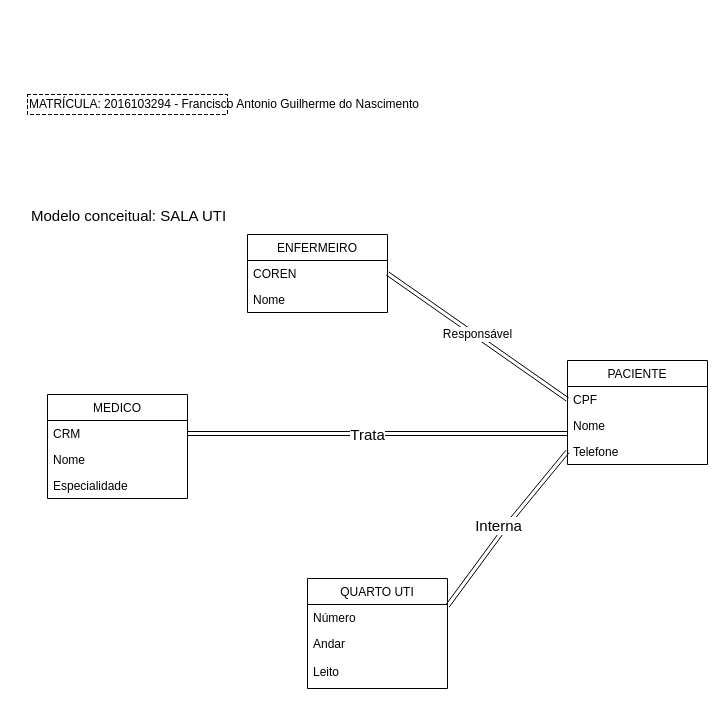
This is page "Page-1" (1 of 6) of Untitled Diagram.drawio from FranciscoAntonioGuilherme/inicioReact, a draw.io file, before an edit. Source tidied: cells renumbered, new cells numbered last; positions are measured from the earlier drawing's top-left corner, leaving out a move shared by most shapes. Both pictures are drawn from the tidied source at 100%, with x=0, y=0 at pixel (27, 94).
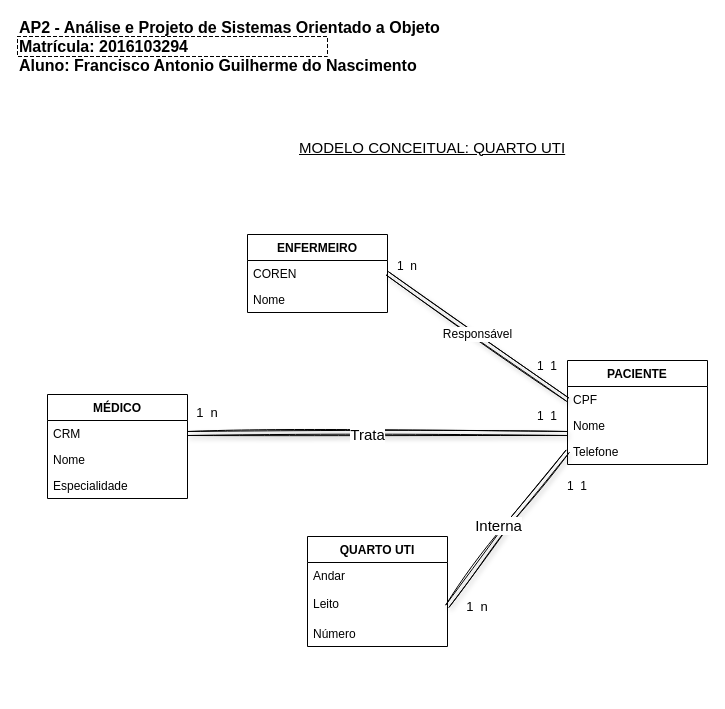
The same diagram, later.

The change refers to these unchanged cells:
```xml
<mxCell id="3" value="COREN" style="text;strokeColor=none;fillColor=none;align=left;verticalAlign=top;spacingLeft=4;spacingRight=4;overflow=hidden;points=[[0,0.5],[1,0.5]];portConstraint=eastwest;" parent="2" vertex="1">
  <mxGeometry y="26" width="140" height="26" as="geometry" />
</mxCell>
<mxCell id="6" value="CRM" style="text;strokeColor=none;fillColor=none;align=left;verticalAlign=top;spacingLeft=4;spacingRight=4;overflow=hidden;points=[[0,0.5],[1,0.5]];portConstraint=eastwest;" parent="5" vertex="1">
  <mxGeometry y="26" width="140" height="26" as="geometry" />
</mxCell>
<mxCell id="10" value="CPF" style="text;strokeColor=none;fillColor=none;align=left;verticalAlign=top;spacingLeft=4;spacingRight=4;overflow=hidden;points=[[0,0.5],[1,0.5]];portConstraint=eastwest;" parent="9" vertex="1">
  <mxGeometry y="26" width="140" height="26" as="geometry" />
</mxCell>
<mxCell id="12" value="Telefone" style="text;strokeColor=none;fillColor=none;align=left;verticalAlign=top;spacingLeft=4;spacingRight=4;overflow=hidden;points=[[0,0.5],[1,0.5]];portConstraint=eastwest;" parent="9" vertex="1">
  <mxGeometry y="78" width="140" height="26" as="geometry" />
</mxCell>
```

The edit, as a diff of the source:
```diff
@@
-    <mxCell id="2" value="ENFERMEIRO" style="swimlane;fontStyle=0;horizontal=1;startSize=26;fillColor=none;" parent="1" vertex="1">
+    <mxCell id="2" value="ENFERMEIRO" style="swimlane;fontStyle=1;horizontal=1;startSize=26;fillColor=none;" parent="1" vertex="1">
       <mxGeometry x="220" y="140" width="140" height="78" as="geometry" />
     </mxCell>
@@
-    <mxCell id="5" value="MEDICO" style="swimlane;fontStyle=0;horizontal=1;startSize=26;" parent="1" vertex="1">
+    <mxCell id="5" value="MÉDICO" style="swimlane;fontStyle=1;horizontal=1;startSize=26;" parent="1" vertex="1">
       <mxGeometry x="20" y="300" width="140" height="104" as="geometry" />
     </mxCell>
@@
-    <mxCell id="9" value="PACIENTE" style="swimlane;fontStyle=0;horizontal=1;startSize=26;" parent="1" vertex="1">
+    <mxCell id="9" value="PACIENTE" style="swimlane;fontStyle=1;horizontal=1;startSize=26;" parent="1" vertex="1">
       <mxGeometry x="540" y="266" width="140" height="104" as="geometry" />
     </mxCell>
@@
-    <mxCell id="13" value="QUARTO UTI" style="swimlane;fontStyle=0;horizontal=1;startSize=26;" parent="1" vertex="1">
-      <mxGeometry x="280" y="484" width="140" height="110" as="geometry" />
+    <mxCell id="13" value="QUARTO UTI" style="swimlane;fontStyle=1;horizontal=1;startSize=26;" parent="1" vertex="1">
+      <mxGeometry x="280" y="442" width="140" height="110" as="geometry" />
     </mxCell>
+    <mxCell id="15" value="Andar&#10;&#10;Leito" style="text;strokeColor=none;fillColor=none;align=left;verticalAlign=top;spacingLeft=4;spacingRight=4;overflow=hidden;" parent="13" vertex="1">
+      <mxGeometry y="26" width="140" height="58" as="geometry" />
+    </mxCell>
     <mxCell id="14" value="Número" style="text;strokeColor=none;fillColor=none;align=left;verticalAlign=top;spacingLeft=4;spacingRight=4;overflow=hidden;" parent="13" vertex="1">
-      <mxGeometry y="26" width="140" height="26" as="geometry" />
+      <mxGeometry y="84" width="140" height="26" as="geometry" />
     </mxCell>
-    <mxCell id="15" value="Andar&#10;&#10;Leito" style="text;strokeColor=none;fillColor=none;align=left;verticalAlign=top;spacingLeft=4;spacingRight=4;overflow=hidden;" parent="13" vertex="1">
-      <mxGeometry y="52" width="140" height="58" as="geometry" />
-    </mxCell>
-    <mxCell id="16" style="shape=link;rounded=0;jettySize=auto;html=1;exitX=1;exitY=0.5;exitDx=0;exitDy=0;entryX=0;entryY=0.5;entryDx=0;entryDy=0;strokeWidth=1;" parent="1" edge="1" source="3" target="10">
+    <mxCell id="16" style="shape=link;rounded=0;jettySize=auto;html=1;exitX=1;exitY=0.5;exitDx=0;exitDy=0;entryX=0;entryY=0.5;entryDx=0;entryDy=0;strokeWidth=1;sketch=1;shadow=1;" parent="1" edge="1" source="3" target="10">
       <mxGeometry relative="1" as="geometry" />
     </mxCell>
@@
-    <mxCell id="18" style="edgeStyle=none;shape=link;rounded=0;jettySize=auto;html=1;exitX=1;exitY=0.5;exitDx=0;exitDy=0;strokeWidth=1;strokeColor=#000000;" parent="1" edge="1" source="6">
+    <mxCell id="18" style="edgeStyle=none;shape=link;rounded=0;jettySize=auto;html=1;exitX=1;exitY=0.5;exitDx=0;exitDy=0;strokeWidth=1;strokeColor=#000000;sketch=1;shadow=1;" parent="1" edge="1" source="6">
       <mxGeometry relative="1" as="geometry">
         <mxPoint x="540" y="339" as="targetPoint" />
       </mxGeometry>
     </mxCell>
@@
-    <mxCell id="20" style="edgeStyle=none;shape=link;rounded=0;jettySize=auto;html=1;exitX=0;exitY=0.5;exitDx=0;exitDy=0;entryX=1;entryY=0.25;entryDx=0;entryDy=0;strokeWidth=1;fontSize=12;strokeColor=#000000;" parent="1" edge="1" source="12" target="13">
+    <mxCell id="20" style="edgeStyle=none;shape=link;rounded=0;jettySize=auto;html=1;exitX=0;exitY=0.5;exitDx=0;exitDy=0;entryX=1;entryY=0.25;entryDx=0;entryDy=0;strokeWidth=1;fontSize=12;strokeColor=#000000;sketch=1;shadow=1;" parent="1" edge="1" source="12">
       <mxGeometry relative="1" as="geometry">
+        <mxPoint x="420" y="511.5" as="targetPoint" />
         <Array as="points">
           <mxPoint x="480" y="430" />
         </Array>
       </mxGeometry>
     </mxCell>
@@
-    <mxCell id="22" value="Modelo conceitual: SALA UTI" style="edgeLabel;html=1;align=center;verticalAlign=middle;fontSize=15;" parent="1" vertex="1">
-      <mxGeometry x="100" y="120" as="geometry" />
+    <mxCell id="22" value="MODELO CONCEITUAL: QUARTO UTI" style="edgeLabel;html=1;align=left;verticalAlign=middle;fontSize=15;fontStyle=4;" parent="1" vertex="1">
+      <mxGeometry x="270" y="52" as="geometry" />
     </mxCell>
-    <mxCell id="23" value="MATRÍCULA: 2016103294 - Francisco Antonio Guilherme do Nascimento" style="shape=partialRectangle;html=1;top=1;align=left;dashed=1;fontSize=12;" parent="1" vertex="1">
-      <mxGeometry width="200" height="20" as="geometry" />
+    <mxCell id="23" value="&lt;b style=&quot;font-size: 16px;&quot;&gt;&lt;font style=&quot;font-size: 16px;&quot;&gt;AP2 - Análise e Projeto de Sistemas Orientado a Objeto &lt;br style=&quot;font-size: 16px;&quot;&gt;&lt;/font&gt;&lt;/b&gt;&lt;font style=&quot;font-size: 16px;&quot;&gt;&lt;b style=&quot;font-size: 16px;&quot;&gt;Matrícula: 2016103294&amp;nbsp;&lt;br style=&quot;font-size: 16px;&quot;&gt;Aluno: Francisco Antonio Guilherme do Nascimento&lt;/b&gt;&lt;/font&gt;" style="shape=partialRectangle;html=1;top=1;align=left;dashed=1;fontSize=16;" parent="1" vertex="1">
+      <mxGeometry x="-10" y="-58" width="310" height="20" as="geometry" />
     </mxCell>
+    <mxCell id="24" style="endArrow=none;html=1;shadow=1;opacity=0;" parent="1" edge="1">
+      <mxGeometry relative="1" as="geometry">
+        <mxPoint x="320" y="372" as="sourcePoint" />
+        <mxPoint x="370" y="322" as="targetPoint" />
+      </mxGeometry>
+    </mxCell>
+    <mxCell id="25" style="endArrow=none;html=1;shadow=1;opacity=0;" parent="1" edge="1">
+      <mxGeometry relative="1" as="geometry">
+        <mxPoint x="320" y="372" as="sourcePoint" />
+        <mxPoint x="370" y="322" as="targetPoint" />
+      </mxGeometry>
+    </mxCell>
+    <mxCell id="26" style="endArrow=none;html=1;shadow=1;opacity=0;" parent="1" edge="1">
+      <mxGeometry relative="1" as="geometry">
+        <mxPoint x="320" y="372" as="sourcePoint" />
+        <mxPoint x="370" y="322" as="targetPoint" />
+      </mxGeometry>
+    </mxCell>
+    <mxCell id="27" style="endArrow=none;html=1;shadow=1;opacity=0;" parent="1" edge="1">
+      <mxGeometry relative="1" as="geometry">
+        <mxPoint x="320" y="372" as="sourcePoint" />
+        <mxPoint x="370" y="322" as="targetPoint" />
+      </mxGeometry>
+    </mxCell>
+    <mxCell id="28" style="endArrow=none;html=1;shadow=1;opacity=0;" parent="1" edge="1">
+      <mxGeometry relative="1" as="geometry">
+        <mxPoint x="320" y="372" as="sourcePoint" />
+        <mxPoint x="370" y="322" as="targetPoint" />
+      </mxGeometry>
+    </mxCell>
+    <mxCell id="29" style="shape=link;html=1;shadow=1;strokeColor=#0A0A0A;opacity=0;" parent="1" edge="1">
+      <mxGeometry relative="1" as="geometry">
+        <mxPoint x="290" y="352" as="sourcePoint" />
+        <mxPoint x="390" y="352" as="targetPoint" />
+      </mxGeometry>
+    </mxCell>
+    <mxCell id="30" value="1&amp;nbsp; n" style="text;html=1;strokeColor=none;fillColor=none;align=center;verticalAlign=middle;whiteSpace=wrap;rounded=0;fontSize=13;" parent="1" vertex="1">
+      <mxGeometry x="160" y="308" width="40" height="20" as="geometry" />
+    </mxCell>
+    <mxCell id="31" value="1&amp;nbsp; 1" style="text;html=1;strokeColor=none;fillColor=none;align=center;verticalAlign=middle;whiteSpace=wrap;rounded=0;" parent="1" vertex="1">
+      <mxGeometry x="500" y="312" width="40" height="20" as="geometry" />
+    </mxCell>
+    <mxCell id="32" value="1&amp;nbsp; n" style="text;html=1;strokeColor=none;fillColor=none;align=center;verticalAlign=middle;whiteSpace=wrap;rounded=0;" parent="1" vertex="1">
+      <mxGeometry x="360" y="162" width="40" height="20" as="geometry" />
+    </mxCell>
+    <mxCell id="33" value="1&amp;nbsp; 1" style="text;html=1;strokeColor=none;fillColor=none;align=center;verticalAlign=middle;whiteSpace=wrap;rounded=0;" parent="1" vertex="1">
+      <mxGeometry x="500" y="262" width="40" height="20" as="geometry" />
+    </mxCell>
+    <mxCell id="34" value="1&amp;nbsp; 1" style="text;html=1;strokeColor=none;fillColor=none;align=center;verticalAlign=middle;whiteSpace=wrap;rounded=0;" parent="1" vertex="1">
+      <mxGeometry x="530" y="382" width="40" height="20" as="geometry" />
+    </mxCell>
+    <mxCell id="35" value="1&amp;nbsp; n" style="text;html=1;strokeColor=none;fillColor=none;align=center;verticalAlign=middle;whiteSpace=wrap;rounded=0;fontSize=13;" parent="1" vertex="1">
+      <mxGeometry x="430" y="502" width="40" height="20" as="geometry" />
+    </mxCell>
```
